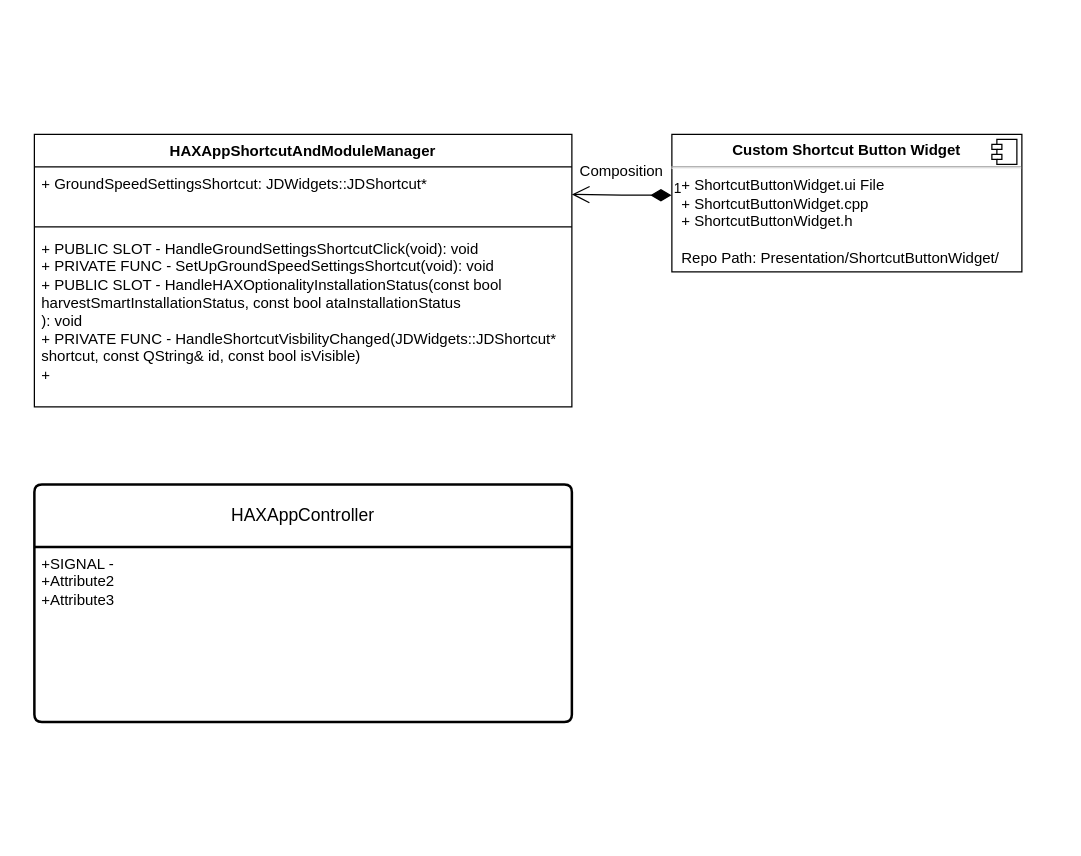
The draw.io diagram Untitled Diagram.drawio in ipatil21/p1, before the edit. Source tidied: cells renumbered, new cells numbered last; positions are measured from the earlier drawing's top-left corner, leaving out a move shared by most shapes. Both pictures are drawn from the tidied source at 125%, with x=0, y=0 at pixel (34, 134).
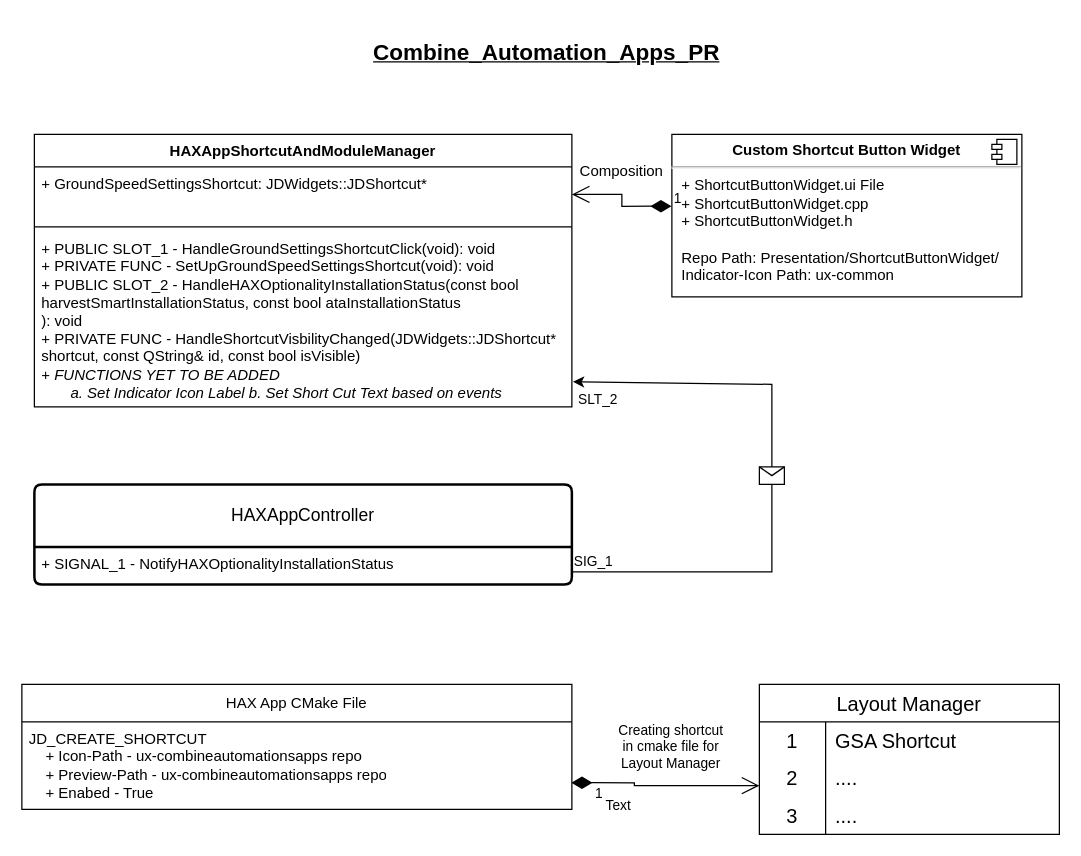
The same diagram, later.

The change refers to these unchanged cells:
```xml
<mxCell id="2" value="HAXAppShortcutAndModuleManager" style="swimlane;fontStyle=1;align=center;verticalAlign=top;horizontal=1;startSize=26;whiteSpace=wrap;html=1;" parent="1" vertex="1">
  <mxGeometry width="430" height="218" as="geometry" />
</mxCell>
```

What changed in the source:
```diff
@@
-    <mxCell id="5" value="+ PUBLIC SLOT - HandleGroundSettingsShortcutClick(void): void&lt;br&gt;+ PRIVATE FUNC - SetUpGroundSpeedSettingsShortcut(void): void&lt;br&gt;+ PUBLIC SLOT - HandleHAXOptionalityInstallationStatus(const bool harvestSmartInstallationStatus, const bool ataInstallationStatus&lt;br&gt;): void&lt;br&gt;+ PRIVATE FUNC - HandleShortcutVisbilityChanged(JDWidgets::JDShortcut* shortcut, const QString&amp;amp; id, const bool isVisible)&lt;br&gt;+&amp;nbsp;" style="text;strokeColor=none;fillColor=none;align=left;verticalAlign=top;spacingLeft=4;spacingRight=4;overflow=hidden;points=[[0,0.5],[1,0.5]];portConstraint=eastwest;whiteSpace=wrap;html=1;" parent="2" vertex="1">
+    <mxCell id="5" value="+ PUBLIC SLOT_1 - HandleGroundSettingsShortcutClick(void): void&lt;br&gt;+ PRIVATE FUNC - SetUpGroundSpeedSettingsShortcut(void): void&lt;br&gt;+ PUBLIC SLOT_2 - HandleHAXOptionalityInstallationStatus(const bool harvestSmartInstallationStatus, const bool ataInstallationStatus&lt;br&gt;): void&lt;br&gt;+ PRIVATE FUNC - HandleShortcutVisbilityChanged(JDWidgets::JDShortcut* shortcut, const QString&amp;amp; id, const bool isVisible)&lt;br&gt;+ &lt;i&gt;FUNCTIONS YET TO BE ADDED&lt;br&gt;&amp;nbsp; &amp;nbsp; &amp;nbsp; &amp;nbsp;a. Set Indicator Icon Label b. Set Short Cut Text based on events&lt;br&gt;&lt;br&gt;&lt;/i&gt;" style="text;strokeColor=none;fillColor=none;align=left;verticalAlign=top;spacingLeft=4;spacingRight=4;overflow=hidden;points=[[0,0.5],[1,0.5]];portConstraint=eastwest;whiteSpace=wrap;html=1;" parent="2" vertex="1">
       <mxGeometry y="78" width="430" height="140" as="geometry" />
     </mxCell>
-    <mxCell id="6" value="&lt;p style=&quot;margin:0px;margin-top:6px;text-align:center;&quot;&gt;&lt;b&gt;Custom Shortcut Button Widget&lt;/b&gt;&lt;/p&gt;&lt;hr&gt;&lt;p style=&quot;margin:0px;margin-left:8px;&quot;&gt;+ ShortcutButtonWidget.ui File&lt;br&gt;+ ShortcutButtonWidget.cpp&lt;/p&gt;&lt;p style=&quot;margin:0px;margin-left:8px;&quot;&gt;+ ShortcutButtonWidget.h&lt;/p&gt;&lt;p style=&quot;margin:0px;margin-left:8px;&quot;&gt;&lt;br&gt;&lt;/p&gt;&lt;p style=&quot;margin:0px;margin-left:8px;&quot;&gt;Repo Path: Presentation/ShortcutButtonWidget/&lt;/p&gt;" style="align=left;overflow=fill;html=1;whiteSpace=wrap;" parent="1" vertex="1">
-      <mxGeometry x="510" width="280" height="110" as="geometry" />
+    <mxCell id="6" value="&lt;p style=&quot;margin:0px;margin-top:6px;text-align:center;&quot;&gt;&lt;b&gt;Custom Shortcut Button Widget&lt;/b&gt;&lt;/p&gt;&lt;hr&gt;&lt;p style=&quot;margin:0px;margin-left:8px;&quot;&gt;+ ShortcutButtonWidget.ui File&lt;br&gt;+ ShortcutButtonWidget.cpp&lt;/p&gt;&lt;p style=&quot;margin:0px;margin-left:8px;&quot;&gt;+ ShortcutButtonWidget.h&lt;/p&gt;&lt;p style=&quot;margin:0px;margin-left:8px;&quot;&gt;&lt;br&gt;&lt;/p&gt;&lt;p style=&quot;margin:0px;margin-left:8px;&quot;&gt;Repo Path: Presentation/ShortcutButtonWidget/&lt;/p&gt;&lt;p style=&quot;margin:0px;margin-left:8px;&quot;&gt;Indicator-Icon Path: ux-common&lt;/p&gt;" style="align=left;overflow=fill;html=1;whiteSpace=wrap;" parent="1" vertex="1">
+      <mxGeometry x="510" width="280" height="130" as="geometry" />
     </mxCell>
@@
     <mxCell id="10" value="HAXAppController" style="swimlane;horizontal=1;startSize=50;rounded=1;fontSize=14;fontStyle=0;strokeWidth=2;shadow=0;dashed=0;align=center;arcSize=4;whiteSpace=wrap;html=1;" parent="1" vertex="1">
-      <mxGeometry y="280" width="430" height="190" as="geometry" />
+      <mxGeometry y="280" width="430" height="80" as="geometry" />
     </mxCell>
-    <mxCell id="11" value="+SIGNAL -&amp;nbsp;&lt;br&gt;+Attribute2&lt;br&gt;+Attribute3" style="align=left;strokeColor=none;fillColor=none;spacingLeft=4;fontSize=12;verticalAlign=top;html=1;" parent="10" vertex="1">
-      <mxGeometry y="50" width="430" height="140" as="geometry" />
+    <mxCell id="11" value="+ SIGNAL_1 -&amp;nbsp;NotifyHAXOptionalityInstallationStatus" style="align=left;strokeColor=none;fillColor=none;spacingLeft=4;fontSize=12;verticalAlign=top;html=1;" parent="10" vertex="1">
+      <mxGeometry y="50" width="430" height="30" as="geometry" />
     </mxCell>
+    <mxCell id="12" style="endArrow=classic;html=1;rounded=0;entryX=1.002;entryY=0.857;entryDx=0;entryDy=0;entryPerimeter=0;" parent="1" edge="1" target="5">
+      <mxGeometry relative="1" as="geometry">
+        <mxPoint x="430" y="350" as="sourcePoint" />
+        <Array as="points">
+          <mxPoint x="590" y="350" />
+          <mxPoint x="590" y="200" />
+        </Array>
+      </mxGeometry>
+    </mxCell>
+    <mxCell id="13" value="SIG_1" style="edgeLabel;html=1;align=left;verticalAlign=bottom;" parent="12" vertex="1">
+      <mxGeometry x="-1" relative="1" as="geometry" />
+    </mxCell>
+    <mxCell id="14" value="SLT_2" style="edgeLabel;html=1;align=right;verticalAlign=bottom;" parent="12" vertex="1">
+      <mxGeometry x="1" relative="1" as="geometry">
+        <mxPoint x="36" y="22" as="offset" />
+      </mxGeometry>
+    </mxCell>
+    <mxCell id="15" value="&lt;b&gt;&lt;u style=&quot;&quot;&gt;&lt;font style=&quot;font-size: 18px;&quot;&gt;Combine_Automation_Apps_PR&lt;/font&gt;&lt;/u&gt;&lt;/b&gt;" style="text;html=1;strokeColor=none;fillColor=none;align=center;verticalAlign=middle;whiteSpace=wrap;rounded=0;" parent="1" vertex="1">
+      <mxGeometry x="110" y="-90" width="600" height="50" as="geometry" />
+    </mxCell>
+    <mxCell id="16" value="HAX App CMake File" style="swimlane;fontStyle=0;horizontal=1;startSize=30;whiteSpace=wrap;html=1;" parent="1" vertex="1">
+      <mxGeometry x="-10" y="440" width="440" height="100" as="geometry" />
+    </mxCell>
+    <mxCell id="17" value="JD_CREATE_SHORTCUT&lt;br&gt;&amp;nbsp; &amp;nbsp; + Icon-Path - ux-combineautomationsapps repo&lt;br&gt;&amp;nbsp; &amp;nbsp; + Preview-Path - ux-combineautomationsapps repo&lt;br&gt;&amp;nbsp; &amp;nbsp; + Enabed - True" style="text;strokeColor=none;fillColor=none;align=left;verticalAlign=middle;spacingLeft=4;spacingRight=4;overflow=hidden;points=[[0,0.5],[1,0.5]];portConstraint=eastwest;whiteSpace=wrap;html=1;" parent="16" vertex="1">
+      <mxGeometry y="30" width="440" height="70" as="geometry" />
+    </mxCell>
+    <mxCell id="18" value="Layout Manager" style="shape=table;startSize=30;childLayout=tableLayout;rowLines=0;fontStyle=0;strokeColor=default;fontSize=16;" parent="1" vertex="1">
+      <mxGeometry x="580" y="440" width="240" height="120" as="geometry" />
+    </mxCell>
+    <mxCell id="19" style="shape=tableRow;horizontal=0;startSize=0;swimlaneHead=0;swimlaneBody=0;top=0;left=0;bottom=0;right=0;fillColor=none;strokeColor=inherit;fontSize=16;" parent="18" vertex="1">
+      <mxGeometry y="30" width="240" height="30" as="geometry" />
+    </mxCell>
+    <mxCell id="20" value="1" style="shape=partialRectangle;html=1;whiteSpace=wrap;fillColor=none;top=0;left=0;bottom=0;right=0;overflow=hidden;strokeColor=inherit;fontSize=16;" parent="19" vertex="1">
+      <mxGeometry width="53" height="30" as="geometry" />
+    </mxCell>
+    <mxCell id="21" value="GSA Shortcut" style="shape=partialRectangle;html=1;whiteSpace=wrap;fillColor=none;top=0;left=0;bottom=0;right=0;align=left;spacingLeft=6;overflow=hidden;strokeColor=inherit;fontSize=16;" parent="19" vertex="1">
+      <mxGeometry x="53" width="187" height="30" as="geometry" />
+    </mxCell>
+    <mxCell id="22" style="shape=tableRow;horizontal=0;startSize=0;swimlaneHead=0;swimlaneBody=0;top=0;left=0;bottom=0;right=0;fillColor=none;points=[[0,0.5],[1,0.5]];portConstraint=eastwest;strokeColor=inherit;fontSize=16;" parent="18" vertex="1">
+      <mxGeometry y="60" width="240" height="30" as="geometry" />
+    </mxCell>
+    <mxCell id="23" value="2" style="shape=partialRectangle;html=1;whiteSpace=wrap;fillColor=none;top=0;left=0;bottom=0;right=0;overflow=hidden;strokeColor=inherit;fontSize=16;" parent="22" vertex="1">
+      <mxGeometry width="53" height="30" as="geometry" />
+    </mxCell>
+    <mxCell id="24" value="...." style="shape=partialRectangle;html=1;whiteSpace=wrap;fillColor=none;top=0;left=0;bottom=0;right=0;align=left;spacingLeft=6;overflow=hidden;strokeColor=inherit;fontSize=16;" parent="22" vertex="1">
+      <mxGeometry x="53" width="187" height="30" as="geometry" />
+    </mxCell>
+    <mxCell id="25" style="shape=tableRow;horizontal=0;startSize=0;swimlaneHead=0;swimlaneBody=0;top=0;left=0;bottom=0;right=0;fillColor=none;strokeColor=inherit;fontSize=16;" parent="18" vertex="1">
+      <mxGeometry y="90" width="240" height="30" as="geometry" />
+    </mxCell>
+    <mxCell id="26" value="3" style="shape=partialRectangle;html=1;whiteSpace=wrap;fillColor=none;top=0;left=0;bottom=0;right=0;overflow=hidden;strokeColor=inherit;fontSize=16;" parent="25" vertex="1">
+      <mxGeometry width="53" height="30" as="geometry" />
+    </mxCell>
+    <mxCell id="27" value="...." style="shape=partialRectangle;html=1;whiteSpace=wrap;fillColor=none;top=0;left=0;bottom=0;right=0;align=left;spacingLeft=6;overflow=hidden;strokeColor=inherit;fontSize=16;" parent="25" vertex="1">
+      <mxGeometry x="53" width="187" height="30" as="geometry" />
+    </mxCell>
+    <mxCell id="28" style="shape=message;html=1;" parent="1" vertex="1">
+      <mxGeometry x="580" y="266" width="20" height="14" as="geometry" />
+    </mxCell>
+    <mxCell id="29" value="1" style="endArrow=open;html=1;endSize=12;startArrow=diamondThin;startSize=14;startFill=1;edgeStyle=orthogonalEdgeStyle;align=left;verticalAlign=bottom;rounded=0;exitX=0.999;exitY=0.695;exitDx=0;exitDy=0;exitPerimeter=0;" parent="1" edge="1" source="17" target="22">
+      <mxGeometry x="-1" y="-57" relative="1" as="geometry">
+        <Array as="points">
+          <mxPoint x="480" y="519" />
+          <mxPoint x="480" y="521" />
+        </Array>
+        <mxPoint x="17" y="-40" as="offset" />
+      </mxGeometry>
+    </mxCell>
+    <mxCell id="30" value="Text" style="edgeLabel;html=1;align=center;verticalAlign=middle;" parent="29" vertex="1">
+      <mxGeometry x="-0.51" y="-18" relative="1" as="geometry" />
+    </mxCell>
+    <mxCell id="31" value="Creating shortcut &lt;br&gt;in cmake file for &lt;br&gt;Layout Manager" style="edgeLabel;html=1;align=center;verticalAlign=middle;" parent="29" vertex="1">
+      <mxGeometry x="-0.43" y="-20" relative="1" as="geometry">
+        <mxPoint x="35" y="-49" as="offset" />
+      </mxGeometry>
+    </mxCell>
```
